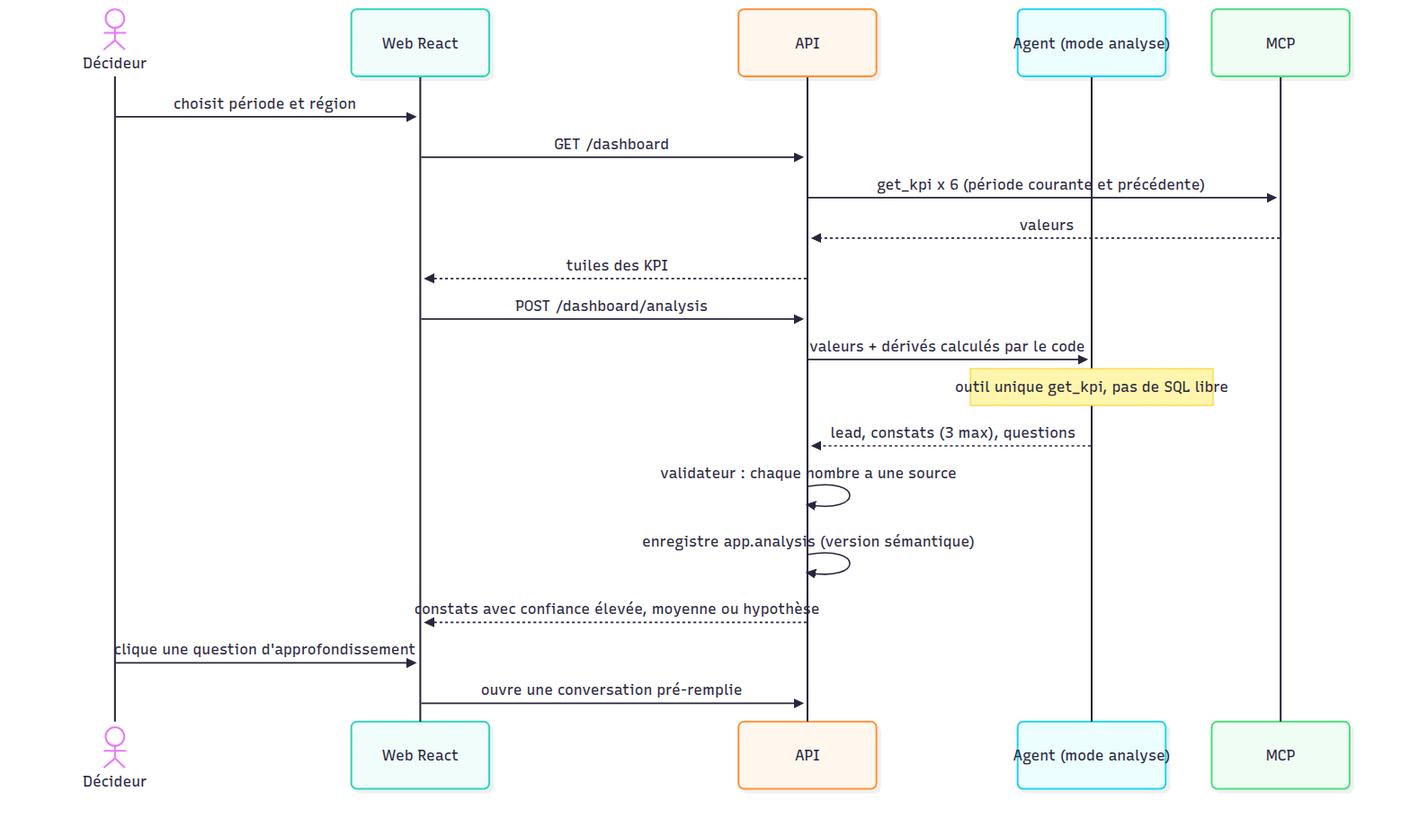
The Mermaid diagram docs/diagrams/png/09-analyse-tableau-de-bord.png in justefrank/decision-agent-IA, before a commit. Its source is kept beside it as docs/diagrams/09-analyse-tableau-de-bord.mmd.
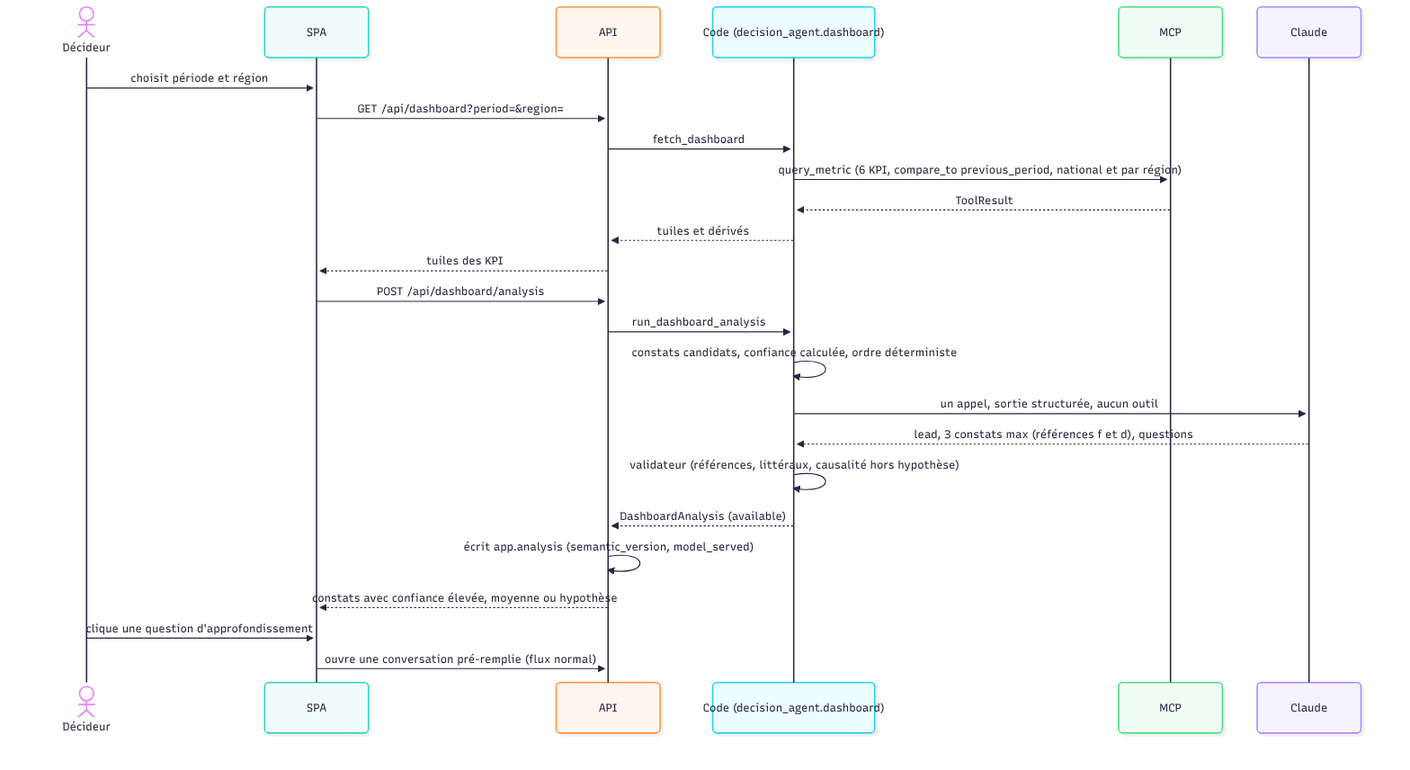
After the commit.

Change to the diagram source:
```diff
@@ -1,20 +1,25 @@
 sequenceDiagram
   actor D as Décideur
-  participant W as Web React
+  participant W as SPA
   participant A as API
-  participant G as Agent (mode analyse)
+  participant C as Code (decision_agent.dashboard)
   participant M as MCP
+  participant L as Claude
   D->>W: choisit période et région
-  W->>A: GET /dashboard
-  A->>M: get_kpi x 6 (période courante et précédente)
-  M-->>A: valeurs
+  W->>A: GET /api/dashboard?period=&region=
+  A->>C: fetch_dashboard
+  C->>M: query_metric (6 KPI, compare_to previous_period, national et par région)
+  M-->>C: ToolResult
+  C-->>A: tuiles et dérivés
   A-->>W: tuiles des KPI
-  W->>A: POST /dashboard/analysis
-  A->>G: valeurs + dérivés calculés par le code
-  Note over G: outil unique get_kpi, pas de SQL libre
-  G-->>A: lead, constats (3 max), questions
-  A->>A: validateur : chaque nombre a une source
-  A->>A: enregistre app.analysis (version sémantique)
+  W->>A: POST /api/dashboard/analysis
+  A->>C: run_dashboard_analysis
+  C->>C: constats candidats, confiance calculée, ordre déterministe
+  C->>L: un appel, sortie structurée, aucun outil
+  L-->>C: lead, 3 constats max (références f et d), questions
+  C->>C: validateur (références, littéraux, causalité hors hypothèse)
+  C-->>A: DashboardAnalysis (available)
+  A->>A: écrit app.analysis (semantic_version, model_served)
   A-->>W: constats avec confiance élevée, moyenne ou hypothèse
   D->>W: clique une question d'approfondissement
-  W->>A: ouvre une conversation pré-remplie
+  W->>A: ouvre une conversation pré-remplie (flux normal)
```
